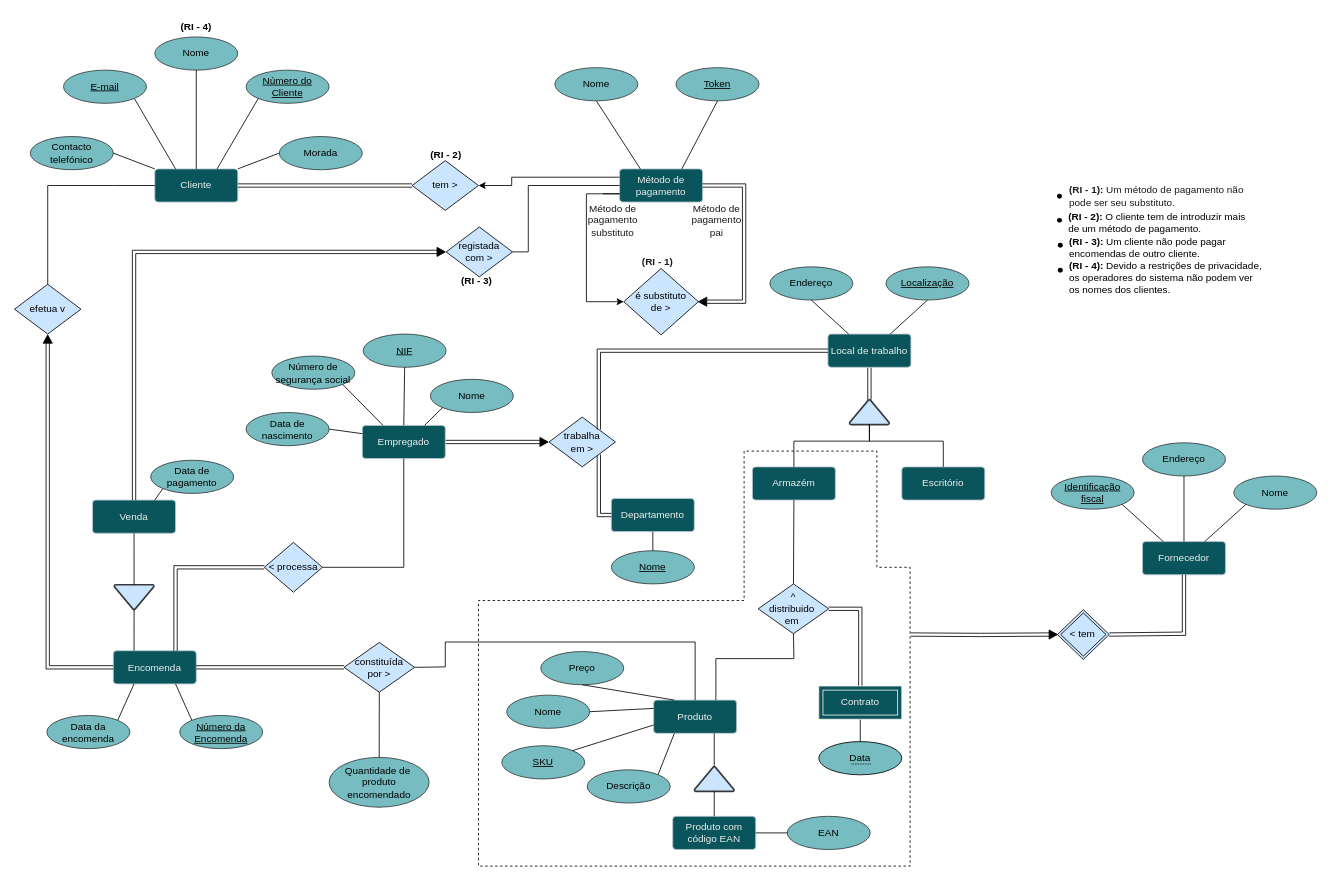
Before: Entrega1/Projeto-BD_Modelo E-A.drawio in joaopr03/db_project, a draw.io diagram. Source tidied: cells renumbered, new cells numbered last; positions are measured from the earlier drawing's top-left corner, leaving out a move shared by most shapes. Both pictures are drawn from the tidied source at 83%, with x=0, y=0 at pixel (14, 14).
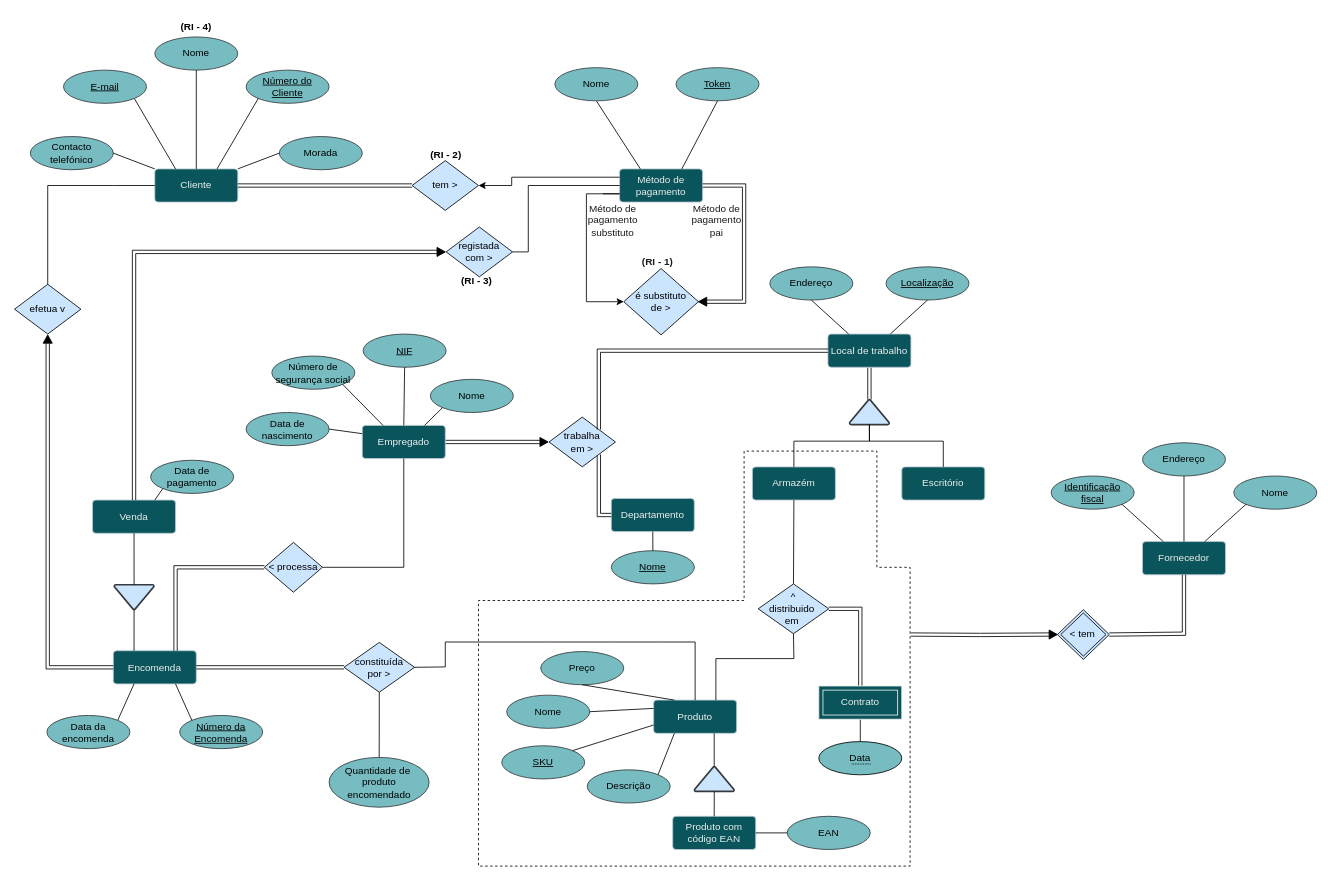
The same diagram, later.

Diff of the diagram source:
```diff
@@
-    <mxCell id="13" style="shape=waypoint;fillStyle=solid;size=6;fillColor=none;perimeter=centerPerimeter;strokeColor=#000000;fontColor=#1A1A1A;" parent="1" vertex="1">
-      <mxGeometry x="1249" y="209" width="20" height="20" as="geometry" />
-    </mxCell>
-    <mxCell id="14" value="&lt;b&gt;(RI - 1): &lt;/b&gt;Um método de pagamento não pode ser seu substituto.&lt;b&gt;&amp;nbsp;&lt;/b&gt;" style="text;strokeColor=none;align=left;fillColor=none;html=1;verticalAlign=middle;whiteSpace=wrap;rounded=0;fontColor=#1A1A1A;" parent="1" vertex="1">
-      <mxGeometry x="1269" y="204" width="219" height="30" as="geometry" />
-    </mxCell>
@@
-    <mxCell id="48" style="shape=waypoint;fillStyle=solid;size=6;fillColor=none;perimeter=centerPerimeter;strokeColor=#000000;fontColor=#1A1A1A;" parent="1" vertex="1">
-      <mxGeometry x="1249" y="238" width="20" height="20" as="geometry" />
-    </mxCell>
-    <mxCell id="49" value="&lt;b&gt;(RI - 2): &lt;/b&gt;O cliente tem de introduzir mais de um método de pagamento." style="text;strokeColor=none;align=left;fillColor=none;html=1;verticalAlign=middle;whiteSpace=wrap;rounded=0;" parent="1" vertex="1">
-      <mxGeometry x="1268" y="236" width="224" height="30" as="geometry" />
-    </mxCell>
@@
-    <mxCell id="60" style="shape=waypoint;fillStyle=solid;size=6;fillColor=none;perimeter=centerPerimeter;strokeColor=#000000;fontColor=#1A1A1A;" parent="1" vertex="1">
-      <mxGeometry x="1250" y="268" width="20" height="20" as="geometry" />
-    </mxCell>
-    <mxCell id="61" value="&lt;b&gt;(RI - 3): &lt;/b&gt;Um&amp;nbsp;cliente não pode pagar encomendas de outro cliente." style="text;strokeColor=none;align=left;fillColor=none;html=1;verticalAlign=middle;whiteSpace=wrap;rounded=0;" parent="1" vertex="1">
-      <mxGeometry x="1269" y="266" width="224" height="30" as="geometry" />
-    </mxCell>
@@
-    <mxCell id="99" style="shape=waypoint;fillStyle=solid;size=6;fillColor=none;perimeter=centerPerimeter;strokeColor=#000000;fontColor=#1A1A1A;" parent="1" vertex="1">
-      <mxGeometry x="1250" y="298" width="20" height="20" as="geometry" />
-    </mxCell>
-    <mxCell id="100" value="&lt;b&gt;(RI - 4): &lt;/b&gt;Devido a restrições de privacidade, os operadores do sistema não podem ver os nomes dos clientes." style="text;strokeColor=none;align=left;fillColor=none;html=1;verticalAlign=middle;whiteSpace=wrap;rounded=0;" parent="1" vertex="1">
-      <mxGeometry x="1269" y="302" width="239" height="30" as="geometry" />
-    </mxCell>
```
